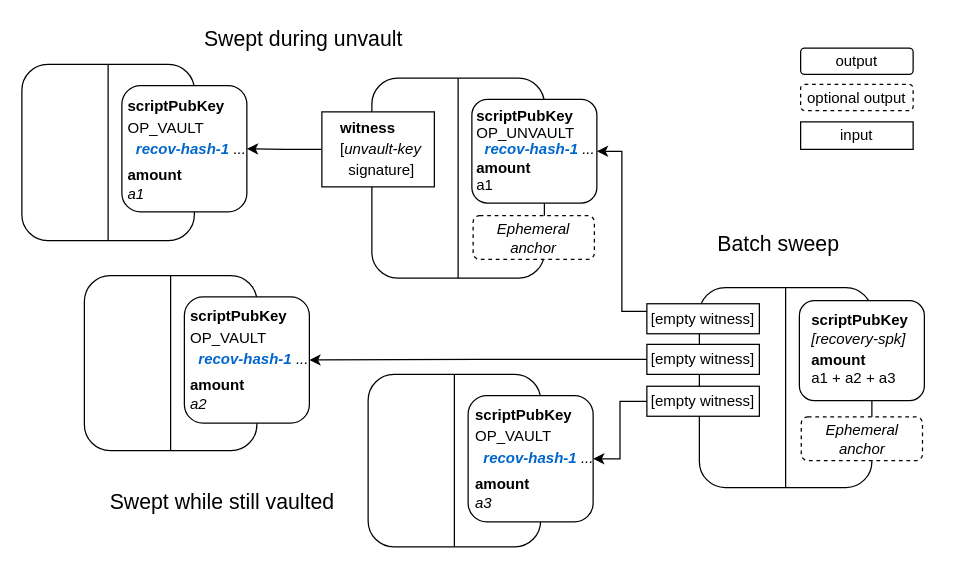
Before: page "Batch sweep" (2 of 6) of figures/vaults.drawio in jamesob/vaults-covenants-paper, a draw.io diagram. Source tidied: cells renumbered, new cells numbered last; positions are measured from the earlier drawing's top-left corner, leaving out a move shared by most shapes. Both pictures are drawn from the tidied source at 125%, with x=0, y=0 at pixel (21, 21).
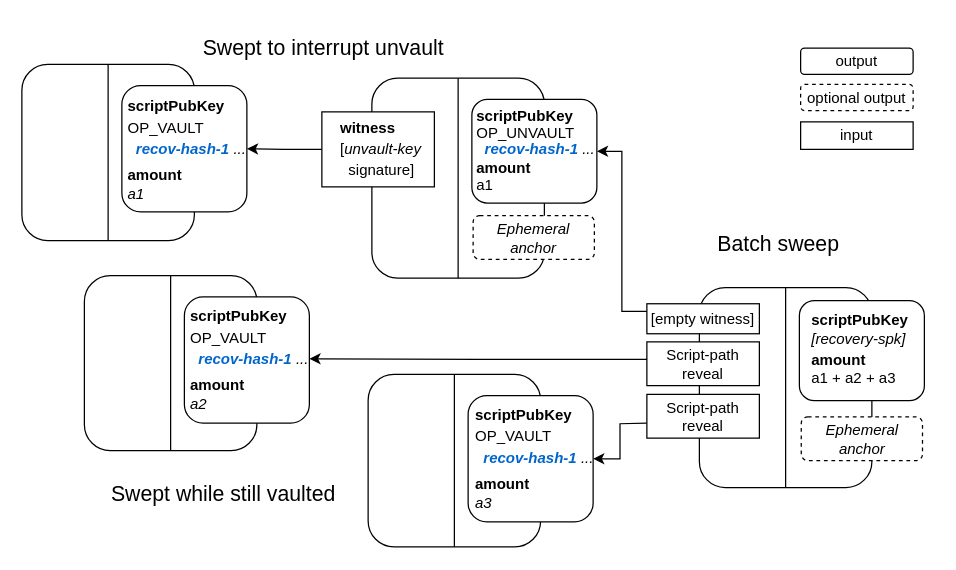
After the change.

Unchanged cells that the change refers to:
```xml
<mxCell id="11" value="&lt;b style=&quot;background-color: initial;&quot;&gt;&lt;br&gt;&lt;/b&gt;" style="rounded=1;whiteSpace=wrap;html=1;align=left;" parent="1" vertex="1">
  <mxGeometry x="357" y="299" width="100" height="101" as="geometry" />
</mxCell>
<mxCell id="14" value="&lt;b style=&quot;background-color: initial;&quot;&gt;&lt;br&gt;&lt;/b&gt;" style="rounded=1;whiteSpace=wrap;html=1;align=left;" parent="1" vertex="1">
  <mxGeometry x="130" y="220" width="100" height="101" as="geometry" />
</mxCell>
```

The edit, as a diff of the source:
```diff
@@
-    <mxCell id="23" style="edgeStyle=orthogonalEdgeStyle;rounded=0;jettySize=auto;html=1;exitX=0;exitY=0.5;exitDx=0;exitDy=0;entryX=1;entryY=0.5;entryDx=0;entryDy=0;" parent="1" edge="1" source="24" target="11">
-      <mxGeometry relative="1" as="geometry" />
+    <mxCell id="23" style="edgeStyle=orthogonalEdgeStyle;rounded=0;jettySize=auto;html=1;exitX=0;exitY=0.5;exitDx=0;exitDy=0;entryX=1;entryY=0.5;entryDx=0;entryDy=0;" parent="1" edge="1" target="11">
+      <mxGeometry relative="1" as="geometry">
+        <mxPoint x="500" y="321" as="sourcePoint" />
+      </mxGeometry>
     </mxCell>
-    <mxCell id="24" value="[empty witness]" style="rounded=0;whiteSpace=wrap;html=1;" parent="1" vertex="1">
-      <mxGeometry x="500" y="291.5" width="90" height="24" as="geometry" />
-    </mxCell>
@@
-    <mxCell id="27" style="edgeStyle=orthogonalEdgeStyle;rounded=0;jettySize=auto;html=1;exitX=0;exitY=0.5;exitDx=0;exitDy=0;entryX=1;entryY=0.5;entryDx=0;entryDy=0;" parent="1" edge="1" source="28" target="14">
-      <mxGeometry relative="1" as="geometry" />
+    <mxCell id="27" style="edgeStyle=orthogonalEdgeStyle;rounded=0;jettySize=auto;html=1;exitX=0;exitY=0.367;exitDx=0;exitDy=0;entryX=1;entryY=0.5;entryDx=0;entryDy=0;exitPerimeter=0;" parent="1" edge="1" source="28">
+      <mxGeometry relative="1" as="geometry">
+        <mxPoint x="230" y="269.5" as="targetPoint" />
+        <Array as="points">
+          <mxPoint x="500" y="270" />
+          <mxPoint x="365" y="270" />
+        </Array>
+      </mxGeometry>
     </mxCell>
-    <mxCell id="28" value="[empty witness]" style="rounded=0;whiteSpace=wrap;html=1;" parent="1" vertex="1">
-      <mxGeometry x="500" y="258" width="90" height="24" as="geometry" />
+    <mxCell id="28" value="Script-path reveal" style="rounded=0;whiteSpace=wrap;html=1;" parent="1" vertex="1">
+      <mxGeometry x="500" y="256" width="90" height="35" as="geometry" />
     </mxCell>
@@
-    <mxCell id="37" value="Swept during unvault" style="text;html=1;align=center;verticalAlign=middle;fillColor=none;strokeColor=none;rounded=0;fontSize=17;" parent="1" vertex="1">
-      <mxGeometry x="135" width="180" height="30" as="geometry" />
+    <mxCell id="37" value="Swept to interrupt unvault" style="text;html=1;align=center;verticalAlign=middle;fillColor=none;strokeColor=none;rounded=0;fontSize=17;" parent="1" vertex="1">
+      <mxGeometry x="136" y="7" width="210" height="30" as="geometry" />
     </mxCell>
     <mxCell id="38" value="Swept while still vaulted" style="text;html=1;align=center;verticalAlign=middle;fillColor=none;strokeColor=none;rounded=0;fontSize=17;" parent="1" vertex="1">
-      <mxGeometry x="60" y="370" width="200" height="30" as="geometry" />
+      <mxGeometry x="61" y="364" width="200" height="30" as="geometry" />
     </mxCell>
@@
+    <mxCell id="43" value="Script-path reveal" style="rounded=0;whiteSpace=wrap;html=1;" parent="1" vertex="1">
+      <mxGeometry x="500" y="298" width="90" height="35" as="geometry" />
+    </mxCell>
```
